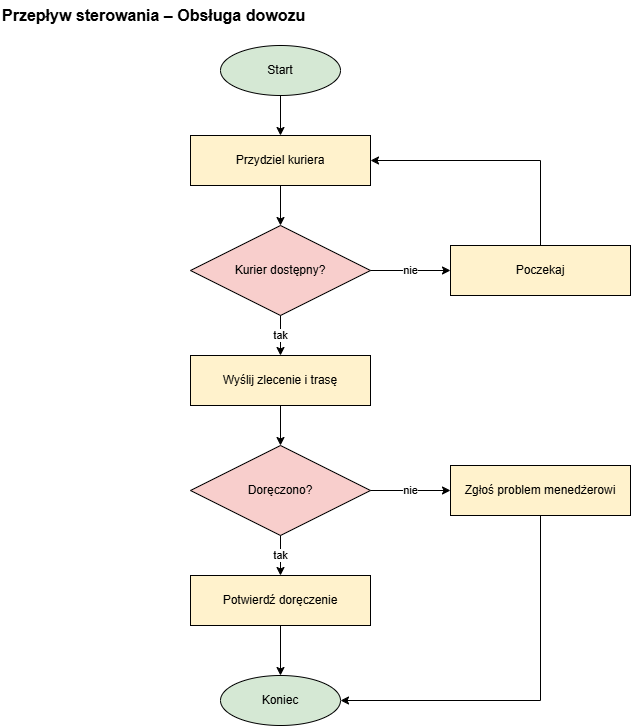
Earlier version of the draw.io export diagramy/03_przeplyw_sterowania/cfd_5_dowoz.png (olimo54323/OiZPI-laboratorium). Source tidied: cells renumbered, new cells last; positions are measured from the earlier drawing's top-left corner, leaving out a move shared by most shapes.
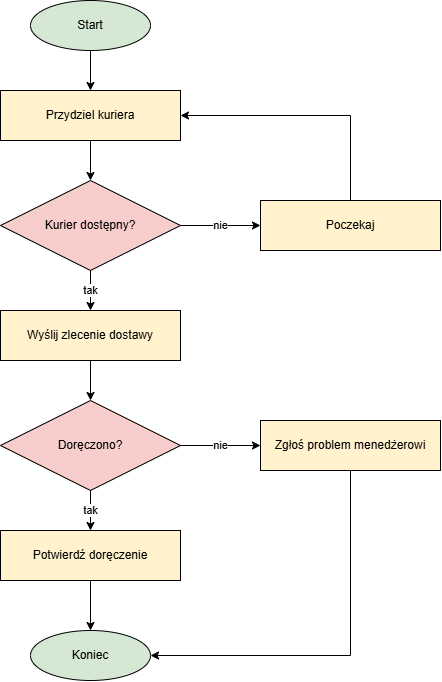
Above is the later version.

Diff of the diagram source:
```diff
@@ -2,9 +2,6 @@
   <root>
     <mxCell id="0" />
     <mxCell id="1" parent="0" />
-    <mxCell id="2" value="Przepływ sterowania – Obsługa dowozu" style="text;html=1;align=left;verticalAlign=middle;fontSize=16;fontStyle=1;" parent="1" vertex="1">
-      <mxGeometry width="420" height="30" as="geometry" />
-    </mxCell>
     <mxCell id="3" value="Start" style="ellipse;whiteSpace=wrap;html=1;fillColor=#d5e8d4;strokeColor=#000000;fontSize=12;" parent="1" vertex="1">
       <mxGeometry x="220" y="45" width="120" height="50" as="geometry" />
     </mxCell>
@@ -14,7 +11,7 @@
     <mxCell id="5" value="Kurier dostępny?" style="rhombus;whiteSpace=wrap;html=1;fillColor=#f8cecc;strokeColor=#000000;fontSize=12;" parent="1" vertex="1">
       <mxGeometry x="190" y="225" width="180" height="90" as="geometry" />
     </mxCell>
-    <mxCell id="6" value="Wyślij zlecenie i trasę" style="rounded=0;whiteSpace=wrap;html=1;fillColor=#fff2cc;strokeColor=#000000;fontSize=12;" parent="1" vertex="1">
+    <mxCell id="6" value="Wyślij zlecenie dostawy" style="rounded=0;whiteSpace=wrap;html=1;fillColor=#fff2cc;strokeColor=#000000;fontSize=12;" parent="1" vertex="1">
       <mxGeometry x="190" y="355" width="180" height="50" as="geometry" />
     </mxCell>
     <mxCell id="7" value="Doręczono?" style="rhombus;whiteSpace=wrap;html=1;fillColor=#f8cecc;strokeColor=#000000;fontSize=12;" parent="1" vertex="1">
```
